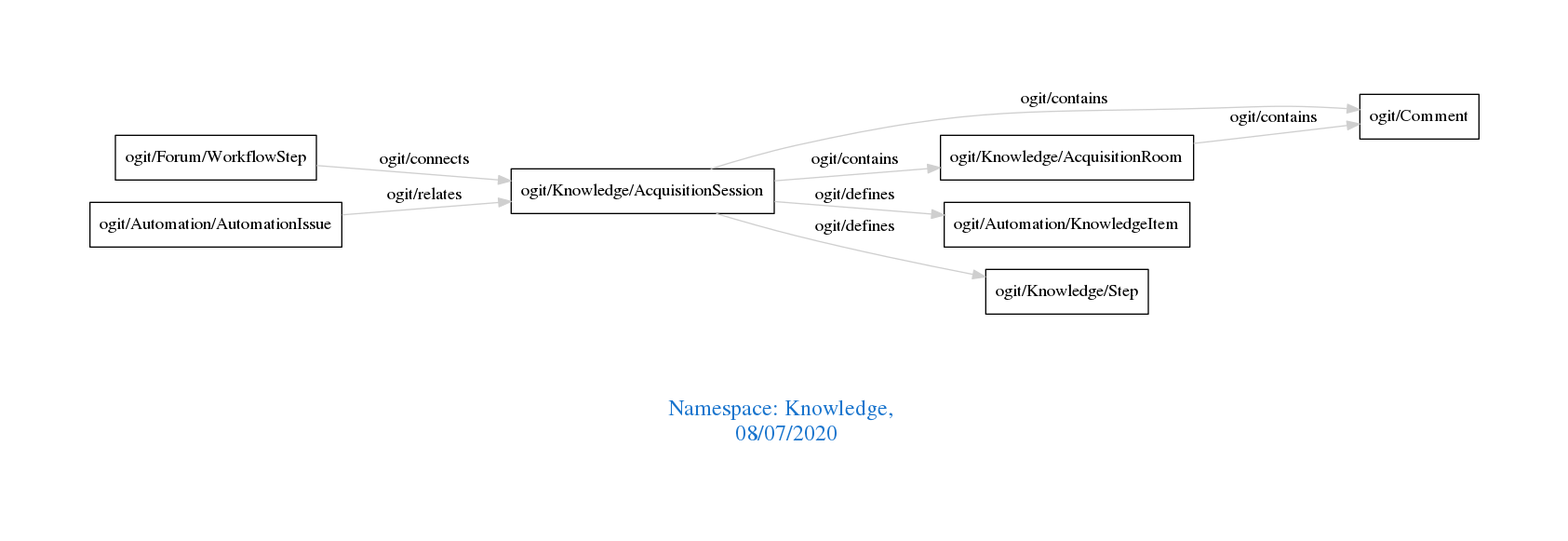
arago/OGIT keeps this Graphviz diagram as downloads/Knowledge.png. Above is the earlier version. Its source is kept beside it as downloads/Knowledge.dot.
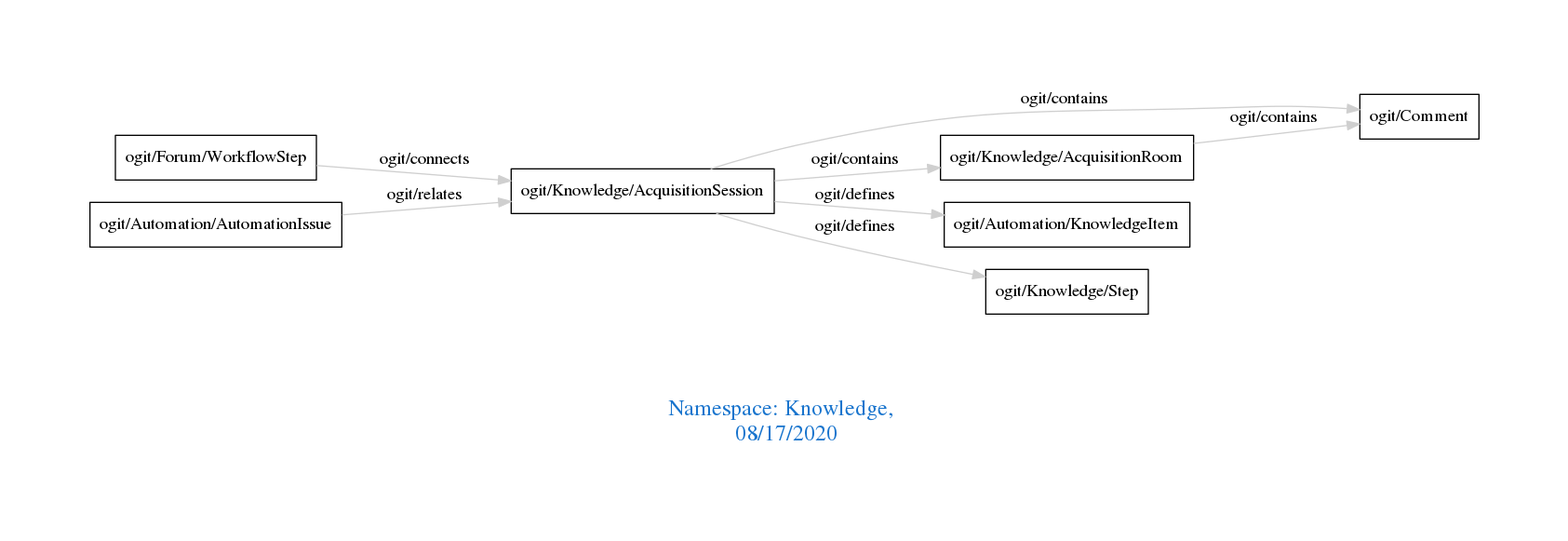
The same diagram one commit later.

What changed in the source:
```diff
@@ -1,7 +1,7 @@
 digraph OGIT_ontology {
  graph [ rankdir= LR,pad=1
 fontsize = 18,
-fontcolor= dodgerblue3,label = "\n\n\nNamespace: Knowledge, \n 08/07/2020"];
+fontcolor= dodgerblue3,label = "\n\n\nNamespace: Knowledge, \n 08/17/2020"];
 node[shape=polygon];
 edge [  color="gray81"];
 
```
